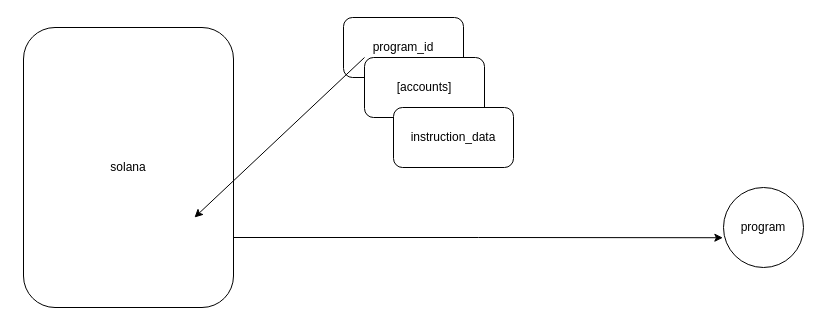
Earlier version of the draw.io diagram page "Note" (4 of 4) of burhankhaja_/prima_uccisione/Arc/prima_uccisiano.drawio (mirmohmmadluqman/Web3HandsOn). Source tidied: cells renumbered, new cells numbered last; positions are measured from the earlier drawing's top-left corner, leaving out a move shared by most shapes. Both pictures are drawn from the tidied source at 100%, with x=0, y=0 at pixel (23, 17).
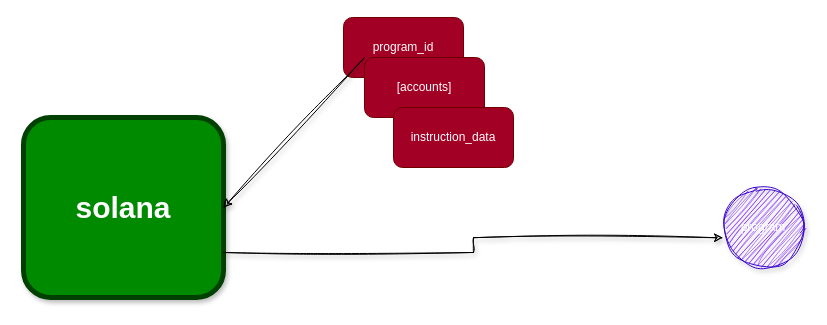
After the change.

What changed in the source:
```diff
@@
 <mxGraphModel>
   <root>
     <mxCell id="0" />
     <mxCell id="1" parent="0" />
-    <mxCell id="2" value="solana" style="rounded=1;whiteSpace=wrap;html=1;" parent="1" vertex="1">
-      <mxGeometry y="10" width="210" height="280" as="geometry" />
+    <mxCell id="2" value="solana" style="rounded=1;whiteSpace=wrap;html=1;fillColor=#008a00;fontColor=#ffffff;strokeColor=#004000;shadow=1;strokeWidth=5;fontStyle=1;fontSize=30;" parent="1" vertex="1">
+      <mxGeometry y="100" width="200" height="180" as="geometry" />
     </mxCell>
-    <mxCell id="3" value="program_id" style="rounded=1;whiteSpace=wrap;html=1;" parent="1" vertex="1">
+    <mxCell id="3" value="program_id" style="rounded=1;whiteSpace=wrap;html=1;fillColor=#a20025;fontColor=#ffffff;strokeColor=#6F0000;gradientColor=none;" parent="1" vertex="1">
       <mxGeometry x="320" width="120" height="60" as="geometry" />
     </mxCell>
-    <mxCell id="4" value="[accounts]" style="rounded=1;whiteSpace=wrap;html=1;" parent="1" vertex="1">
+    <mxCell id="4" value="[accounts]" style="rounded=1;whiteSpace=wrap;html=1;fillColor=#a20025;fontColor=#ffffff;strokeColor=#6F0000;" parent="1" vertex="1">
       <mxGeometry x="341" y="40" width="120" height="60" as="geometry" />
     </mxCell>
-    <mxCell id="5" value="instruction_data" style="rounded=1;whiteSpace=wrap;html=1;" parent="1" vertex="1">
+    <mxCell id="5" value="instruction_data" style="rounded=1;whiteSpace=wrap;html=1;fillColor=#a20025;fontColor=#ffffff;strokeColor=#6F0000;" parent="1" vertex="1">
       <mxGeometry x="370" y="90" width="120" height="60" as="geometry" />
     </mxCell>
-    <mxCell id="6" value="program" style="ellipse;whiteSpace=wrap;html=1;" parent="1" vertex="1">
+    <mxCell id="6" value="program" style="ellipse;whiteSpace=wrap;html=1;sketch=1;curveFitting=1;jiggle=2;shadow=1;fillColor=#6a00ff;fontColor=#ffffff;strokeColor=#3700CC;" parent="1" vertex="1">
       <mxGeometry x="700" y="170" width="80" height="80" as="geometry" />
     </mxCell>
-    <mxCell id="7" style="endArrow=classic;html=1;rounded=0;" parent="1" edge="1">
+    <mxCell id="7" style="endArrow=classic;html=1;rounded=0;entryX=1;entryY=0.5;entryDx=0;entryDy=0;sketch=1;curveFitting=1;jiggle=2;shadow=1;" parent="1" edge="1" target="2">
       <mxGeometry relative="1" as="geometry">
         <mxPoint x="341" y="40" as="sourcePoint" />
-        <mxPoint x="171" y="200" as="targetPoint" />
       </mxGeometry>
     </mxCell>
-    <mxCell id="8" style="edgeStyle=orthogonalEdgeStyle;rounded=0;jettySize=auto;html=1;exitX=1;exitY=0.75;exitDx=0;exitDy=0;entryX=-0.008;entryY=0.628;entryDx=0;entryDy=0;entryPerimeter=0;" parent="1" edge="1" source="2" target="6">
+    <mxCell id="8" style="edgeStyle=orthogonalEdgeStyle;rounded=0;jettySize=auto;html=1;exitX=1;exitY=0.75;exitDx=0;exitDy=0;entryX=-0.008;entryY=0.628;entryDx=0;entryDy=0;entryPerimeter=0;sketch=1;curveFitting=1;jiggle=2;shadow=1;" parent="1" edge="1" source="2" target="6">
       <mxGeometry relative="1" as="geometry" />
     </mxCell>
   </root>
 </mxGraphModel>
```
